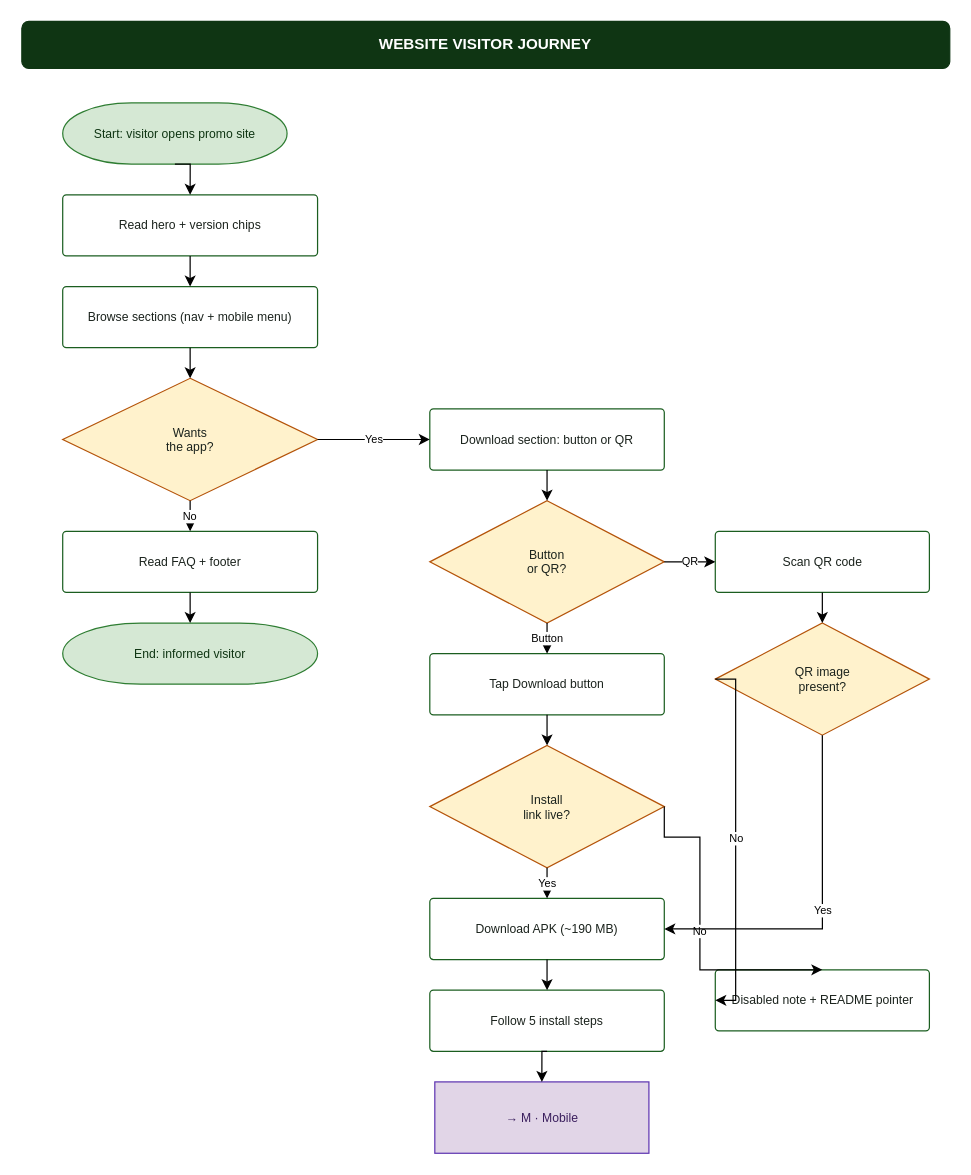
Earlier version of the draw.io diagram page "Website — Visitor Journey" (2 of 2) of docs/reunio-website-flow.drawio (dibidjims17/Alumni-System). Source tidied: cells renumbered, new cells numbered last; positions are measured from the earlier drawing's top-left corner, leaving out a move shared by most shapes. Both pictures are drawn from the tidied source at 122%, with x=0, y=0 at pixel (21, 21).
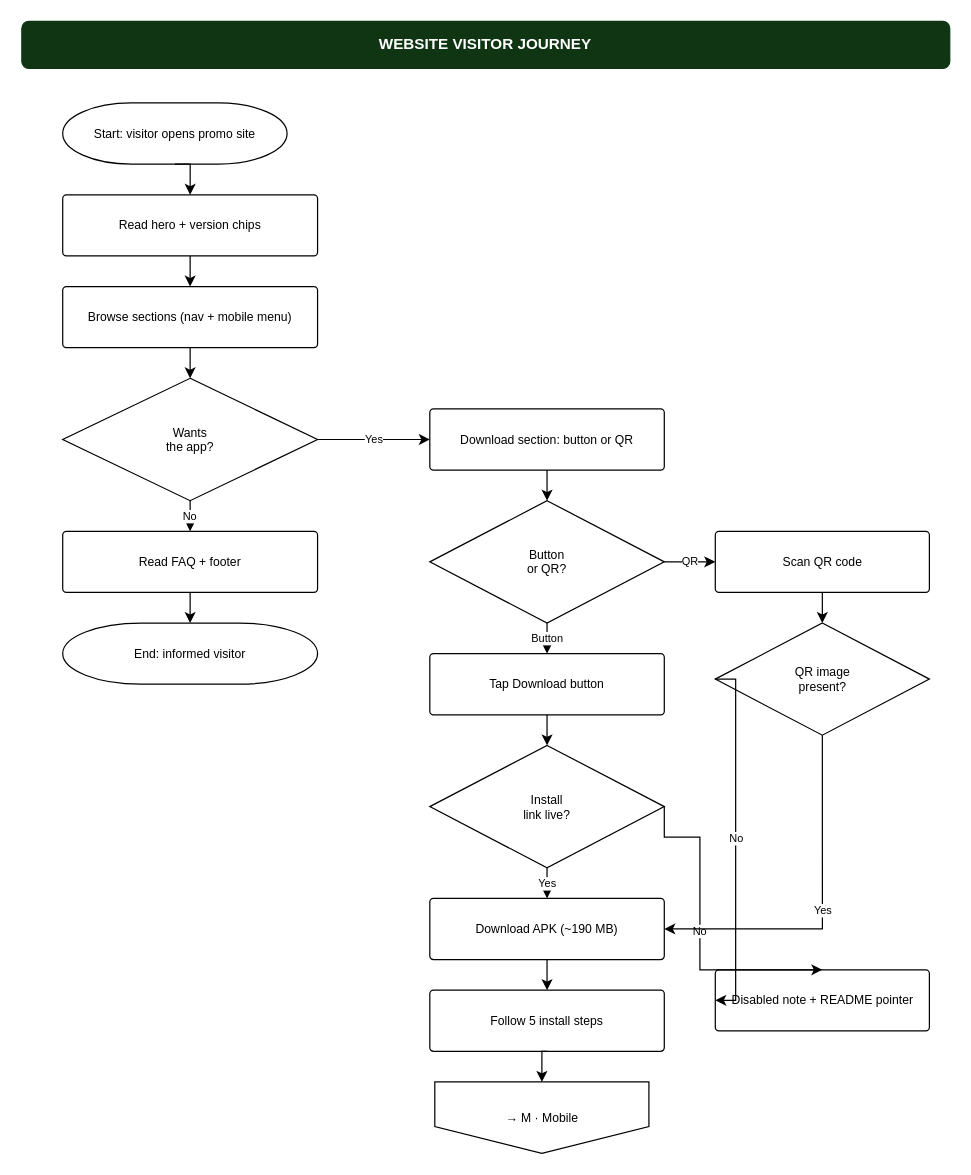
Above is the later version.

What changed in the source:
```diff
@@
-    <mxCell id="3" value="Start: visitor opens promo site" style="shape=mxgraph.flowchart.terminator;whiteSpace=wrap;html=1;fillColor=#d5e8d4;strokeColor=#2E7D32;fontSize=10;fontColor=#0F3513;" parent="1" vertex="1">
+    <mxCell id="3" value="Start: visitor opens promo site" style="shape=mxgraph.flowchart.terminator;whiteSpace=wrap;html=1;fontSize=10;" parent="1" vertex="1">
       <mxGeometry x="33.9" y="66.9" width="183.9" height="50.1" as="geometry" />
     </mxCell>
-    <mxCell id="4" value="Read hero + version chips" style="shape=mxgraph.flowchart.process;whiteSpace=wrap;html=1;fillColor=#ffffff;strokeColor=#1B5E20;fontSize=10;fontColor=#1B231D;" parent="1" vertex="1">
+    <mxCell id="4" value="Read hero + version chips" style="shape=mxgraph.flowchart.process;whiteSpace=wrap;html=1;fontSize=10;" parent="1" vertex="1">
       <mxGeometry x="33.9" y="142.2" width="208.9" height="50.1" as="geometry" />
     </mxCell>
-    <mxCell id="5" value="Browse sections (nav + mobile menu)" style="shape=mxgraph.flowchart.process;whiteSpace=wrap;html=1;fillColor=#ffffff;strokeColor=#1B5E20;fontSize=10;fontColor=#1B231D;" parent="1" vertex="1">
+    <mxCell id="5" value="Browse sections (nav + mobile menu)" style="shape=mxgraph.flowchart.process;whiteSpace=wrap;html=1;fontSize=10;" parent="1" vertex="1">
       <mxGeometry x="33.9" y="217.4" width="208.9" height="50.1" as="geometry" />
     </mxCell>
-    <mxCell id="6" value="Wants&#10;the app?" style="shape=mxgraph.flowchart.decision;whiteSpace=wrap;html=1;fillColor=#fff2cc;strokeColor=#B45309;fontSize=10;fontColor=#1B231D;" parent="1" vertex="1">
+    <mxCell id="6" value="Wants&#10;the app?" style="shape=mxgraph.flowchart.decision;whiteSpace=wrap;html=1;fontSize=10;" parent="1" vertex="1">
       <mxGeometry x="33.9" y="292.6" width="208.9" height="100.3" as="geometry" />
     </mxCell>
-    <mxCell id="7" value="Read FAQ + footer" style="shape=mxgraph.flowchart.process;whiteSpace=wrap;html=1;fillColor=#ffffff;strokeColor=#1B5E20;fontSize=10;fontColor=#1B231D;" parent="1" vertex="1">
+    <mxCell id="7" value="Read FAQ + footer" style="shape=mxgraph.flowchart.process;whiteSpace=wrap;html=1;fontSize=10;" parent="1" vertex="1">
       <mxGeometry x="33.9" y="418" width="208.9" height="50.1" as="geometry" />
     </mxCell>
-    <mxCell id="8" value="End: informed visitor" style="shape=mxgraph.flowchart.terminator;whiteSpace=wrap;html=1;fillColor=#d5e8d4;strokeColor=#2E7D32;fontSize=10;fontColor=#0F3513;" parent="1" vertex="1">
+    <mxCell id="8" value="End: informed visitor" style="shape=mxgraph.flowchart.terminator;whiteSpace=wrap;html=1;fontSize=10;" parent="1" vertex="1">
       <mxGeometry x="33.9" y="493.2" width="208.9" height="50.1" as="geometry" />
     </mxCell>
-    <mxCell id="9" value="Download section: button or QR" style="shape=mxgraph.flowchart.process;whiteSpace=wrap;html=1;fillColor=#ffffff;strokeColor=#1B5E20;fontSize=10;fontColor=#1B231D;" parent="1" vertex="1">
+    <mxCell id="9" value="Download section: button or QR" style="shape=mxgraph.flowchart.process;whiteSpace=wrap;html=1;fontSize=10;" parent="1" vertex="1">
       <mxGeometry x="334.8" y="317.7" width="192.2" height="50.1" as="geometry" />
     </mxCell>
-    <mxCell id="10" value="Button&#10;or QR?" style="shape=mxgraph.flowchart.decision;whiteSpace=wrap;html=1;fillColor=#fff2cc;strokeColor=#B45309;fontSize=10;fontColor=#1B231D;" parent="1" vertex="1">
+    <mxCell id="10" value="Button&#10;or QR?" style="shape=mxgraph.flowchart.decision;whiteSpace=wrap;html=1;fontSize=10;" parent="1" vertex="1">
       <mxGeometry x="334.8" y="392.9" width="192.2" height="100.3" as="geometry" />
     </mxCell>
-    <mxCell id="11" value="Tap Download button" style="shape=mxgraph.flowchart.process;whiteSpace=wrap;html=1;fillColor=#ffffff;strokeColor=#1B5E20;fontSize=10;fontColor=#1B231D;" parent="1" vertex="1">
+    <mxCell id="11" value="Tap Download button" style="shape=mxgraph.flowchart.process;whiteSpace=wrap;html=1;fontSize=10;" parent="1" vertex="1">
       <mxGeometry x="334.8" y="518.3" width="192.2" height="50.1" as="geometry" />
     </mxCell>
-    <mxCell id="12" value="Install&#10;link live?" style="shape=mxgraph.flowchart.decision;whiteSpace=wrap;html=1;fillColor=#fff2cc;strokeColor=#B45309;fontSize=10;fontColor=#1B231D;" parent="1" vertex="1">
+    <mxCell id="12" value="Install&#10;link live?" style="shape=mxgraph.flowchart.decision;whiteSpace=wrap;html=1;fontSize=10;" parent="1" vertex="1">
       <mxGeometry x="334.8" y="593.5" width="192.2" height="100.3" as="geometry" />
     </mxCell>
-    <mxCell id="13" value="Download APK (~190 MB)" style="shape=mxgraph.flowchart.process;whiteSpace=wrap;html=1;fillColor=#ffffff;strokeColor=#1B5E20;fontSize=10;fontColor=#1B231D;" parent="1" vertex="1">
+    <mxCell id="13" value="Download APK (~190 MB)" style="shape=mxgraph.flowchart.process;whiteSpace=wrap;html=1;fontSize=10;" parent="1" vertex="1">
       <mxGeometry x="334.8" y="718.9" width="192.2" height="50.1" as="geometry" />
     </mxCell>
-    <mxCell id="14" value="Scan QR code" style="shape=mxgraph.flowchart.process;whiteSpace=wrap;html=1;fillColor=#ffffff;strokeColor=#1B5E20;fontSize=10;fontColor=#1B231D;" parent="1" vertex="1">
+    <mxCell id="14" value="Scan QR code" style="shape=mxgraph.flowchart.process;whiteSpace=wrap;html=1;fontSize=10;" parent="1" vertex="1">
       <mxGeometry x="568.8" y="418" width="175.5" height="50.1" as="geometry" />
     </mxCell>
-    <mxCell id="15" value="QR image&#10;present?" style="shape=mxgraph.flowchart.decision;whiteSpace=wrap;html=1;fillColor=#fff2cc;strokeColor=#B45309;fontSize=10;fontColor=#1B231D;" parent="1" vertex="1">
+    <mxCell id="15" value="QR image&#10;present?" style="shape=mxgraph.flowchart.decision;whiteSpace=wrap;html=1;fontSize=10;" parent="1" vertex="1">
       <mxGeometry x="568.8" y="493.2" width="175.5" height="91.9" as="geometry" />
     </mxCell>
-    <mxCell id="16" value="Disabled note + README pointer" style="shape=mxgraph.flowchart.process;whiteSpace=wrap;html=1;fillColor=#ffffff;strokeColor=#1B5E20;fontSize=10;fontColor=#1B231D;" parent="1" vertex="1">
+    <mxCell id="16" value="Disabled note + README pointer" style="shape=mxgraph.flowchart.process;whiteSpace=wrap;html=1;fontSize=10;" parent="1" vertex="1">
       <mxGeometry x="568.8" y="777.4" width="175.5" height="50.1" as="geometry" />
     </mxCell>
-    <mxCell id="17" value="Follow 5 install steps" style="shape=mxgraph.flowchart.process;whiteSpace=wrap;html=1;fillColor=#ffffff;strokeColor=#1B5E20;fontSize=10;fontColor=#1B231D;" parent="1" vertex="1">
+    <mxCell id="17" value="Follow 5 install steps" style="shape=mxgraph.flowchart.process;whiteSpace=wrap;html=1;fontSize=10;" parent="1" vertex="1">
       <mxGeometry x="334.8" y="794.1" width="192.2" height="50.1" as="geometry" />
     </mxCell>
-    <mxCell id="18" value="→ M · Mobile" style="shape=rectangle;rounded=0;whiteSpace=wrap;html=1;fillColor=#e1d5e7;strokeColor=#5e35b1;fontSize=10;fontColor=#3b1f5e;" parent="1" vertex="1">
+    <mxCell id="18" value="→ M · Mobile" style="shape=offPageConnector;whiteSpace=wrap;html=1;fontSize=10;" parent="1" vertex="1">
       <mxGeometry x="338.9" y="869.3" width="175.5" height="58.5" as="geometry" />
     </mxCell>
```
